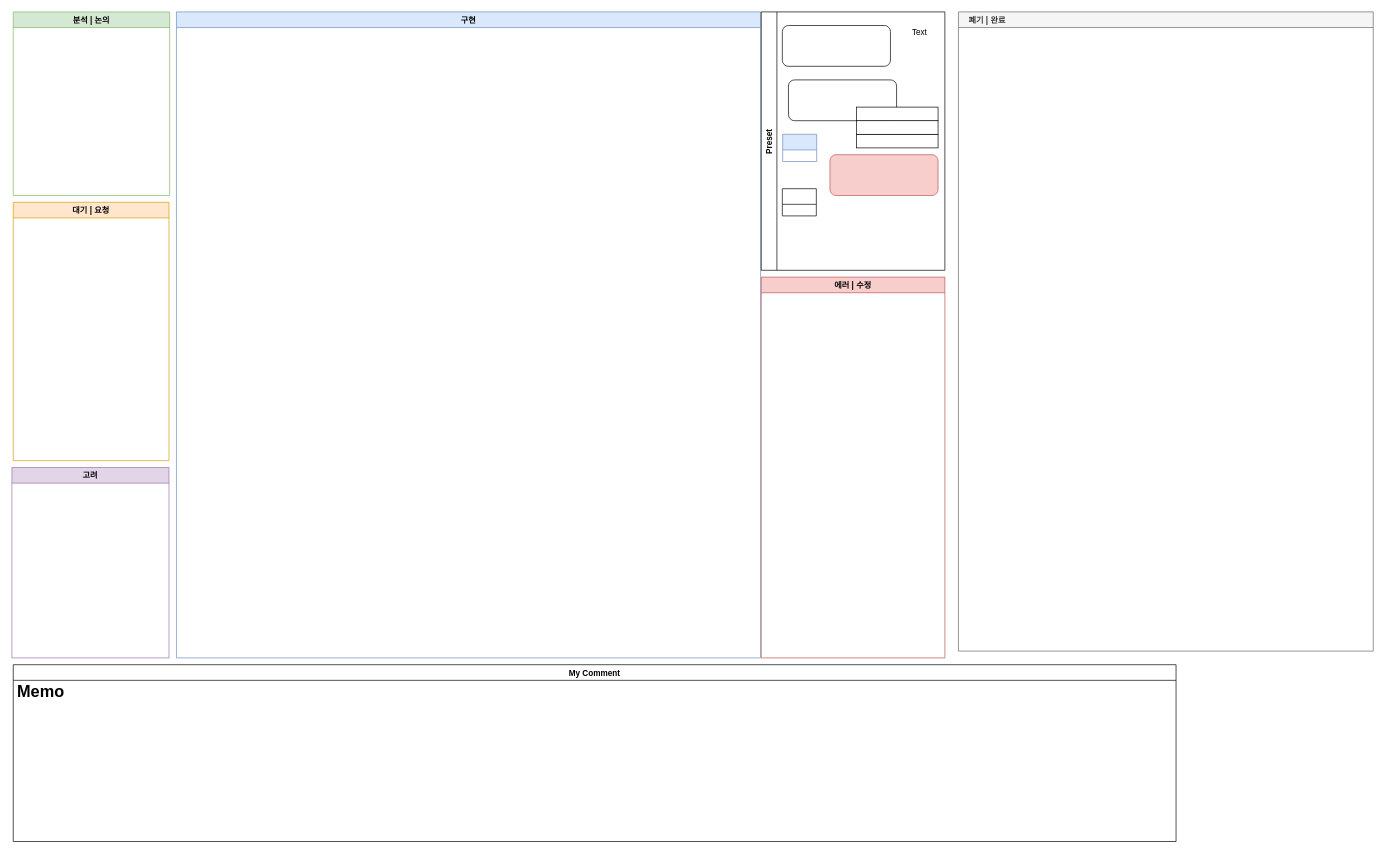
Above: 낚시 개선.drawio in Endorr/Job-Board (draw.io), before the change. Source tidied: cells renumbered, new cells numbered last; positions are measured from the earlier drawing's top-left corner, leaving out a move shared by most shapes. Both pictures are drawn from the tidied source at 68%, with x=0, y=0 at pixel (12, 12).
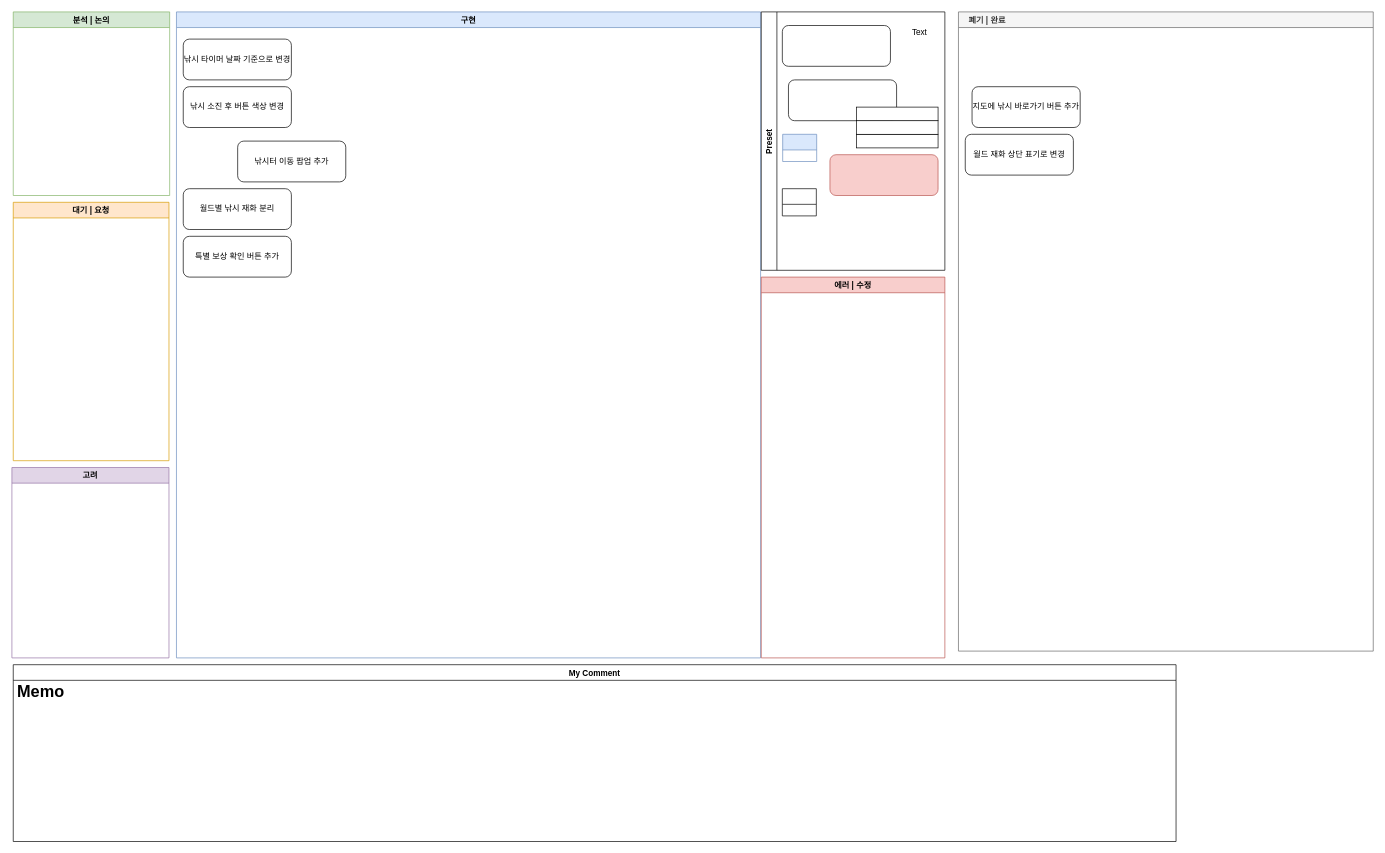
Above is the later version.

Commit message:
낚시 개선.drawio 업데이트

Unchanged cells that the change refers to:
```xml
<mxCell id="2" value="구현" style="swimlane;fillColor=#dae8fc;strokeColor=#6c8ebf;" parent="1" vertex="1">
  <mxGeometry x="242" width="859" height="950" as="geometry" />
</mxCell>
<mxCell id="5" value="    폐기 | 완료" style="swimlane;strokeColor=#666666;fillColor=#f5f5f5;fontColor=#333333;align=left;" parent="1" vertex="1">
  <mxGeometry x="1392" width="610" height="940" as="geometry" />
</mxCell>
```

The edit, as a diff of the source:
```diff
@@
+    <mxCell id="21" value="낚시 타이머 날짜 기준으로 변경" style="rounded=1;whiteSpace=wrap;html=1;" parent="2" vertex="1">
+      <mxGeometry x="10" y="40" width="159" height="60" as="geometry" />
+    </mxCell>
+    <mxCell id="22" value="낚시 소진 후 버튼 색상 변경" style="rounded=1;whiteSpace=wrap;html=1;" parent="2" vertex="1">
+      <mxGeometry x="10" y="110" width="159" height="60" as="geometry" />
+    </mxCell>
+    <mxCell id="23" value="낚시터 이동 팝업 추가" style="rounded=1;whiteSpace=wrap;html=1;" parent="2" vertex="1">
+      <mxGeometry x="90" y="190" width="159" height="60" as="geometry" />
+    </mxCell>
+    <mxCell id="24" value="특별 보상 확인 버튼 추가" style="rounded=1;whiteSpace=wrap;html=1;" parent="2" vertex="1">
+      <mxGeometry x="10" y="330" width="159" height="60" as="geometry" />
+    </mxCell>
+    <mxCell id="25" value="월드별 낚시 재화 분리" style="rounded=1;whiteSpace=wrap;html=1;" parent="2" vertex="1">
+      <mxGeometry x="10" y="260" width="159" height="60" as="geometry" />
+    </mxCell>
@@
+    <mxCell id="26" value="지도에 낚시 바로가기 버튼 추가" style="rounded=1;whiteSpace=wrap;html=1;" parent="5" vertex="1">
+      <mxGeometry x="20" y="110" width="159" height="60" as="geometry" />
+    </mxCell>
+    <mxCell id="27" value="월드 재화 상단 표기로 변경" style="rounded=1;whiteSpace=wrap;html=1;" parent="5" vertex="1">
+      <mxGeometry x="10" y="180" width="159" height="60" as="geometry" />
+    </mxCell>
```
